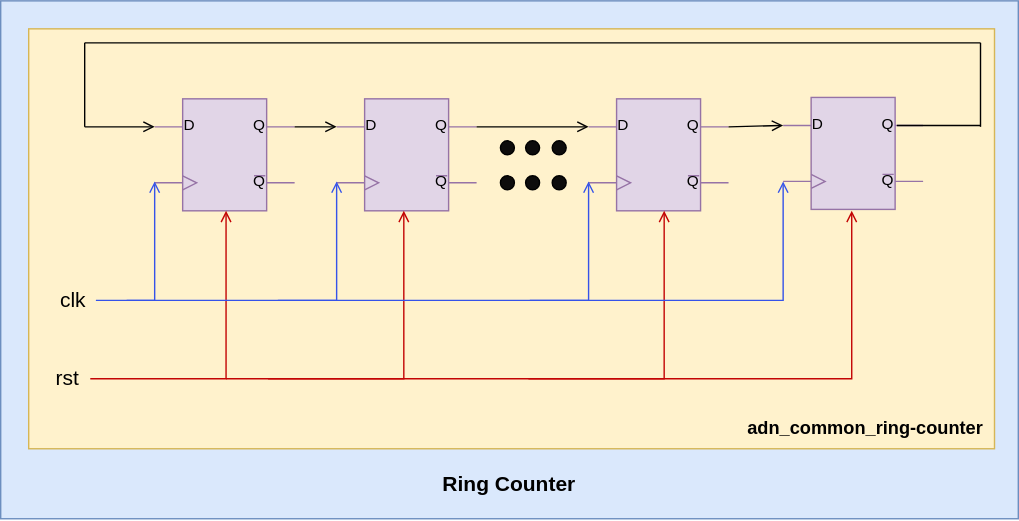
The draw.io diagram document/source/adn_common_ring_counter_des.svg in ADN-VLSI/adn_common, before a commit. Source tidied: cells renumbered, new cells last; positions are measured from the earlier drawing's top-left corner, leaving out a move shared by most shapes.
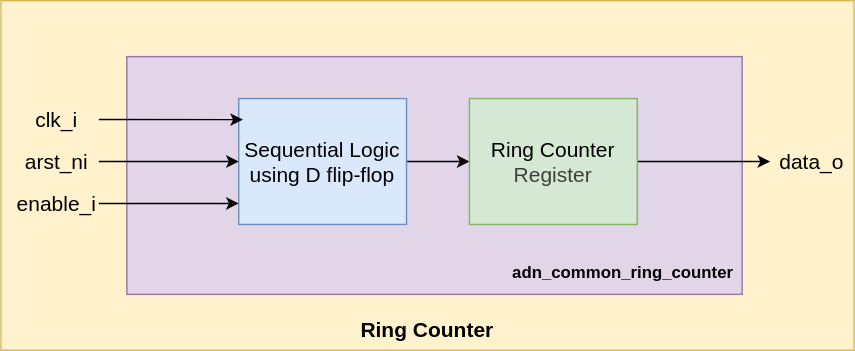
After the change.

Commit message:
ring counter update

Diff of the diagram source:
```diff
@@ -2,167 +2,52 @@
   <root>
     <mxCell id="0" />
     <mxCell id="1" parent="0" />
-    <mxCell id="2" style="rounded=0;whiteSpace=wrap;html=1;fillColor=#dae8fc;strokeColor=#6c8ebf;" parent="1" vertex="1">
-      <mxGeometry width="727" height="370" as="geometry" />
-    </mxCell>
-    <mxCell id="3" style="rounded=0;whiteSpace=wrap;html=1;fillColor=#fff2cc;strokeColor=#d6b656;" parent="1" vertex="1">
-      <mxGeometry x="20" y="20" width="690" height="300" as="geometry" />
-    </mxCell>
-    <mxCell id="4" style="verticalLabelPosition=bottom;shadow=0;dashed=0;align=center;html=1;verticalAlign=top;shape=mxgraph.electrical.logic_gates.d_type_flip-flop;fillColor=#e1d5e7;strokeColor=#9673a6;" parent="1" vertex="1">
-      <mxGeometry x="110" y="70" width="100" height="80" as="geometry" />
-    </mxCell>
-    <mxCell id="5" style="verticalLabelPosition=bottom;shadow=0;dashed=0;align=center;html=1;verticalAlign=top;shape=mxgraph.electrical.logic_gates.d_type_flip-flop;fillColor=#e1d5e7;strokeColor=#9673a6;" parent="1" vertex="1">
-      <mxGeometry x="240" y="70" width="100" height="80" as="geometry" />
-    </mxCell>
-    <mxCell id="6" style="verticalLabelPosition=bottom;shadow=0;dashed=0;align=center;html=1;verticalAlign=top;shape=mxgraph.electrical.logic_gates.d_type_flip-flop;fillColor=#e1d5e7;strokeColor=#9673a6;" parent="1" vertex="1">
-      <mxGeometry x="420" y="70" width="100" height="80" as="geometry" />
-    </mxCell>
-    <mxCell id="7" style="verticalLabelPosition=bottom;shadow=0;dashed=0;align=center;html=1;verticalAlign=top;shape=mxgraph.electrical.logic_gates.d_type_flip-flop;fillColor=#e1d5e7;strokeColor=#9673a6;" parent="1" vertex="1">
-      <mxGeometry x="559" y="69" width="100" height="80" as="geometry" />
-    </mxCell>
-    <mxCell id="8" value="&lt;span style=&quot;font-size: 15px;&quot;&gt;rst&lt;/span&gt;" style="text;whiteSpace=wrap;html=1;align=center;" parent="1" vertex="1">
-      <mxGeometry x="23" y="254" width="50" height="40" as="geometry" />
-    </mxCell>
-    <mxCell id="9" style="ellipse;whiteSpace=wrap;html=1;fillColor=light-dark(#0d0c0c, #ededed);" parent="1" vertex="1">
-      <mxGeometry x="375" y="125" width="10" height="10" as="geometry" />
-    </mxCell>
-    <mxCell id="10" style="ellipse;whiteSpace=wrap;html=1;fillColor=light-dark(#0d0c0c, #ededed);" parent="1" vertex="1">
-      <mxGeometry x="394" y="125" width="10" height="10" as="geometry" />
-    </mxCell>
-    <mxCell id="11" style="ellipse;whiteSpace=wrap;html=1;fillColor=light-dark(#0d0c0c, #ededed);" parent="1" vertex="1">
-      <mxGeometry x="357" y="125" width="10" height="10" as="geometry" />
-    </mxCell>
-    <mxCell id="12" style="ellipse;whiteSpace=wrap;html=1;fillColor=light-dark(#0d0c0c, #ededed);" parent="1" vertex="1">
-      <mxGeometry x="375" y="100" width="10" height="10" as="geometry" />
-    </mxCell>
-    <mxCell id="13" style="ellipse;whiteSpace=wrap;html=1;fillColor=light-dark(#0d0c0c, #ededed);" parent="1" vertex="1">
-      <mxGeometry x="394" y="100" width="10" height="10" as="geometry" />
-    </mxCell>
-    <mxCell id="14" style="ellipse;whiteSpace=wrap;html=1;fillColor=light-dark(#0d0c0c, #ededed);" parent="1" vertex="1">
-      <mxGeometry x="357" y="100" width="10" height="10" as="geometry" />
-    </mxCell>
-    <mxCell id="15" style="edgeStyle=none;html=1;exitX=1;exitY=0.5;exitDx=0;exitDy=0;rounded=0;curved=0;endArrow=open;endFill=0;strokeColor=light-dark(#c30404, #ededed);" parent="1" edge="1">
-      <mxGeometry relative="1" as="geometry">
-        <mxPoint x="64" y="270" as="sourcePoint" />
-        <mxPoint x="161" y="150" as="targetPoint" />
-        <Array as="points">
-          <mxPoint x="161" y="270" />
-        </Array>
-      </mxGeometry>
-    </mxCell>
-    <mxCell id="16" style="edgeStyle=none;html=1;exitX=1;exitY=0.5;exitDx=0;exitDy=0;rounded=0;curved=0;endArrow=open;endFill=0;strokeColor=light-dark(#c30404, #ededed);" parent="1" edge="1">
-      <mxGeometry relative="1" as="geometry">
-        <mxPoint x="191" y="270" as="sourcePoint" />
-        <mxPoint x="288" y="150" as="targetPoint" />
-        <Array as="points">
-          <mxPoint x="288" y="270" />
-        </Array>
-      </mxGeometry>
-    </mxCell>
-    <mxCell id="17" style="edgeStyle=none;html=1;exitX=1;exitY=0.5;exitDx=0;exitDy=0;rounded=0;curved=0;endArrow=open;endFill=0;strokeColor=light-dark(#c30404, #ededed);" parent="1" edge="1">
-      <mxGeometry relative="1" as="geometry">
-        <mxPoint x="377" y="270" as="sourcePoint" />
-        <mxPoint x="474" y="150" as="targetPoint" />
-        <Array as="points">
-          <mxPoint x="474" y="270" />
-        </Array>
-      </mxGeometry>
-    </mxCell>
-    <mxCell id="18" style="edgeStyle=none;html=1;rounded=0;curved=0;endArrow=open;endFill=0;strokeColor=light-dark(#c30404, #ededed);" parent="1" edge="1">
-      <mxGeometry relative="1" as="geometry">
-        <mxPoint x="161" y="270" as="sourcePoint" />
-        <mxPoint x="608" y="150" as="targetPoint" />
-        <Array as="points">
-          <mxPoint x="608" y="270" />
-        </Array>
-      </mxGeometry>
-    </mxCell>
-    <mxCell id="19" style="edgeStyle=none;html=1;exitX=1;exitY=0.5;exitDx=0;exitDy=0;entryX=0;entryY=0.75;entryDx=0;entryDy=0;entryPerimeter=0;rounded=0;curved=0;endArrow=open;endFill=0;strokeColor=light-dark(#3553e9, #005d00);" parent="1" edge="1">
-      <mxGeometry relative="1" as="geometry">
-        <mxPoint x="198" y="214" as="sourcePoint" />
-        <mxPoint x="240" y="129" as="targetPoint" />
-        <Array as="points">
-          <mxPoint x="240" y="214" />
-        </Array>
-      </mxGeometry>
-    </mxCell>
-    <mxCell id="20" style="edgeStyle=none;html=1;exitX=1;exitY=0.5;exitDx=0;exitDy=0;entryX=0;entryY=0.75;entryDx=0;entryDy=0;entryPerimeter=0;rounded=0;curved=0;endArrow=open;endFill=0;strokeColor=light-dark(#3553e9, #005d00);" parent="1" edge="1">
-      <mxGeometry relative="1" as="geometry">
-        <mxPoint x="378" y="214" as="sourcePoint" />
-        <mxPoint x="420" y="129" as="targetPoint" />
-        <Array as="points">
-          <mxPoint x="420" y="214" />
-        </Array>
-      </mxGeometry>
-    </mxCell>
-    <mxCell id="21" value="&lt;font style=&quot;font-size: 15px;&quot;&gt;clk&lt;/font&gt;" style="text;html=1;align=center;verticalAlign=middle;whiteSpace=wrap;rounded=0;" parent="1" vertex="1">
-      <mxGeometry x="22" y="198" width="60" height="30" as="geometry" />
-    </mxCell>
-    <mxCell id="22" style="edgeStyle=none;html=1;exitX=1;exitY=0.5;exitDx=0;exitDy=0;entryX=0;entryY=0.75;entryDx=0;entryDy=0;entryPerimeter=0;rounded=0;curved=0;endArrow=open;endFill=0;strokeColor=light-dark(#3553e9, #005d00);" parent="1" edge="1">
-      <mxGeometry relative="1" as="geometry">
-        <mxPoint x="68" y="214" as="sourcePoint" />
-        <mxPoint x="110" y="129" as="targetPoint" />
-        <Array as="points">
-          <mxPoint x="110" y="214" />
-        </Array>
-      </mxGeometry>
-    </mxCell>
-    <mxCell id="23" style="edgeStyle=none;html=1;entryX=0;entryY=0.75;entryDx=0;entryDy=0;entryPerimeter=0;rounded=0;curved=0;endArrow=open;endFill=0;strokeColor=light-dark(#3553e9, #005d00);" parent="1" edge="1">
-      <mxGeometry relative="1" as="geometry">
-        <mxPoint x="90" y="214" as="sourcePoint" />
-        <mxPoint x="559" y="129" as="targetPoint" />
-        <Array as="points">
-          <mxPoint x="559" y="214" />
-        </Array>
-      </mxGeometry>
-    </mxCell>
-    <mxCell id="24" style="edgeStyle=none;html=1;exitX=1;exitY=0.25;exitDx=0;exitDy=0;exitPerimeter=0;entryX=0;entryY=0.25;entryDx=0;entryDy=0;entryPerimeter=0;endArrow=open;endFill=0;" parent="1" edge="1" source="4" target="5">
-      <mxGeometry relative="1" as="geometry" />
-    </mxCell>
-    <mxCell id="25" style="edgeStyle=none;html=1;exitX=1;exitY=0.25;exitDx=0;exitDy=0;exitPerimeter=0;entryX=0;entryY=0.25;entryDx=0;entryDy=0;entryPerimeter=0;endArrow=open;endFill=0;" parent="1" edge="1">
-      <mxGeometry relative="1" as="geometry">
-        <mxPoint x="340" y="90" as="sourcePoint" />
-        <mxPoint x="420" y="90" as="targetPoint" />
-      </mxGeometry>
-    </mxCell>
-    <mxCell id="26" style="edgeStyle=none;html=1;exitX=1;exitY=0.25;exitDx=0;exitDy=0;exitPerimeter=0;entryX=0;entryY=0.25;entryDx=0;entryDy=0;entryPerimeter=0;endArrow=open;endFill=0;" parent="1" edge="1" target="7">
-      <mxGeometry relative="1" as="geometry">
-        <mxPoint x="520" y="90" as="sourcePoint" />
-      </mxGeometry>
-    </mxCell>
-    <mxCell id="27" style="endArrow=none;html=1;exitX=0.813;exitY=0.25;exitDx=0;exitDy=0;exitPerimeter=0;" parent="1" edge="1" source="7">
-      <mxGeometry relative="1" as="geometry">
-        <mxPoint x="700" y="89" as="targetPoint" />
-      </mxGeometry>
-    </mxCell>
-    <mxCell id="28" style="endArrow=none;html=1;" parent="1" edge="1">
-      <mxGeometry relative="1" as="geometry">
-        <mxPoint x="700" y="30" as="sourcePoint" />
-        <mxPoint x="700" y="90" as="targetPoint" />
-      </mxGeometry>
-    </mxCell>
-    <mxCell id="29" style="endArrow=none;html=1;" parent="1" edge="1">
-      <mxGeometry relative="1" as="geometry">
-        <mxPoint x="60" y="30" as="sourcePoint" />
-        <mxPoint x="700" y="30" as="targetPoint" />
-      </mxGeometry>
-    </mxCell>
-    <mxCell id="30" style="endArrow=none;html=1;" parent="1" edge="1">
-      <mxGeometry relative="1" as="geometry">
-        <mxPoint x="60" y="30" as="sourcePoint" />
-        <mxPoint x="60" y="90" as="targetPoint" />
-      </mxGeometry>
-    </mxCell>
-    <mxCell id="31" style="endArrow=open;html=1;entryX=0;entryY=0.25;entryDx=0;entryDy=0;entryPerimeter=0;endFill=0;" parent="1" edge="1" target="4">
-      <mxGeometry relative="1" as="geometry">
-        <mxPoint x="60" y="90" as="sourcePoint" />
-      </mxGeometry>
-    </mxCell>
+    <mxCell id="34" style="rounded=0;whiteSpace=wrap;html=1;fillColor=#fff2cc;strokeColor=#d6b656;" parent="1" vertex="1">
+      <mxGeometry x="30" y="80" width="610" height="250" as="geometry" />
+    </mxCell>
+    <mxCell id="35" style="rounded=0;whiteSpace=wrap;html=1;fillColor=#e1d5e7;strokeColor=#9673a6;" parent="1" vertex="1">
+      <mxGeometry x="120" y="120" width="440" height="170" as="geometry" />
+    </mxCell>
+    <mxCell id="36" style="edgeStyle=none;html=1;exitX=1;exitY=0.5;exitDx=0;exitDy=0;entryX=0;entryY=0.5;entryDx=0;entryDy=0;" parent="1" edge="1" source="33" target="38">
+      <mxGeometry relative="1" as="geometry" />
+    </mxCell>
+    <mxCell id="33" value="&lt;font style=&quot;font-size: 15px;&quot;&gt;Sequential Logic&lt;/font&gt;&lt;div&gt;&lt;font style=&quot;font-size: 15px;&quot;&gt;using D flip-flop&lt;/font&gt;&lt;/div&gt;" style="rounded=0;whiteSpace=wrap;html=1;fillColor=#dae8fc;strokeColor=#6c8ebf;" parent="1" vertex="1">
+      <mxGeometry x="200" y="150" width="120" height="90" as="geometry" />
+    </mxCell>
+    <mxCell id="37" style="edgeStyle=none;html=1;exitX=1;exitY=0.5;exitDx=0;exitDy=0;" parent="1" edge="1" source="38">
+      <mxGeometry relative="1" as="geometry">
+        <mxPoint x="580" y="195" as="targetPoint" />
+      </mxGeometry>
+    </mxCell>
+    <mxCell id="38" value="&lt;font style=&quot;font-size: 15px;&quot;&gt;Ring Counter&amp;nbsp;&lt;/font&gt;&lt;div&gt;&lt;span style=&quot;color: rgb(63, 63, 63); font-size: 15px; background-color: transparent;&quot;&gt;Register&lt;/span&gt;&lt;/div&gt;" style="rounded=0;whiteSpace=wrap;html=1;fillColor=#d5e8d4;strokeColor=#82b366;" parent="1" vertex="1">
+      <mxGeometry x="365" y="150" width="120" height="90" as="geometry" />
+    </mxCell>
+    <mxCell id="39" value="&lt;font style=&quot;font-size: 15px;&quot;&gt;clk_i&lt;/font&gt;" style="text;html=1;align=center;verticalAlign=middle;whiteSpace=wrap;rounded=0;" parent="1" vertex="1">
+      <mxGeometry x="40" y="150" width="60" height="30" as="geometry" />
+    </mxCell>
+    <mxCell id="40" style="edgeStyle=none;html=1;exitX=1;exitY=0.5;exitDx=0;exitDy=0;entryX=0;entryY=0.5;entryDx=0;entryDy=0;" parent="1" edge="1" source="41" target="33">
+      <mxGeometry relative="1" as="geometry" />
+    </mxCell>
+    <mxCell id="41" value="&lt;span style=&quot;font-size: 15px;&quot;&gt;&amp;nbsp;arst_ni&lt;/span&gt;" style="text;html=1;align=center;verticalAlign=middle;whiteSpace=wrap;rounded=0;" parent="1" vertex="1">
+      <mxGeometry x="40" y="180" width="60" height="30" as="geometry" />
+    </mxCell>
+    <mxCell id="42" value="&lt;font style=&quot;font-size: 15px;&quot;&gt;enable_i&lt;/font&gt;" style="text;html=1;align=center;verticalAlign=middle;whiteSpace=wrap;rounded=0;" parent="1" vertex="1">
+      <mxGeometry x="40" y="210" width="60" height="30" as="geometry" />
+    </mxCell>
+    <mxCell id="43" style="edgeStyle=none;html=1;exitX=1;exitY=0.5;exitDx=0;exitDy=0;entryX=0.025;entryY=0.167;entryDx=0;entryDy=0;entryPerimeter=0;" parent="1" edge="1" source="39" target="33">
+      <mxGeometry relative="1" as="geometry" />
+    </mxCell>
+    <mxCell id="44" style="edgeStyle=none;html=1;exitX=1;exitY=0.5;exitDx=0;exitDy=0;entryX=0;entryY=0.833;entryDx=0;entryDy=0;entryPerimeter=0;" parent="1" edge="1" source="42" target="33">
+      <mxGeometry relative="1" as="geometry" />
+    </mxCell>
+    <mxCell id="45" value="&lt;font style=&quot;font-size: 15px;&quot;&gt;data_o&lt;/font&gt;" style="text;html=1;align=center;verticalAlign=middle;whiteSpace=wrap;rounded=0;" parent="1" vertex="1">
+      <mxGeometry x="580" y="180" width="60" height="30" as="geometry" />
+    </mxCell>
     <mxCell id="32" value="&lt;font style=&quot;font-size: 15px;&quot;&gt;&lt;b&gt;Ring Counter&lt;/b&gt;&lt;/font&gt;" style="text;html=1;align=center;verticalAlign=middle;whiteSpace=wrap;rounded=0;" parent="1" vertex="1">
-      <mxGeometry x="296" y="330" width="135" height="30" as="geometry" />
+      <mxGeometry x="275" y="300" width="120" height="30" as="geometry" />
     </mxCell>
-    <mxCell id="33" value="&lt;b&gt;&lt;font style=&quot;font-size: 13px;&quot;&gt;adn_common_ring-counter&lt;/font&gt;&lt;/b&gt;" style="text;html=1;align=center;verticalAlign=middle;whiteSpace=wrap;rounded=0;" parent="1" vertex="1">
-      <mxGeometry x="518" y="290" width="200" height="30" as="geometry" />
-    </mxCell>
+    <mxCell id="46" value="&lt;b&gt;adn_common_ring_counter&lt;/b&gt;" style="text;html=1;align=center;verticalAlign=middle;whiteSpace=wrap;rounded=0;" parent="1" vertex="1">
+      <mxGeometry x="390" y="260" width="170" height="30" as="geometry" />
+    </mxCell>
   </root>
 </mxGraphModel>
```
